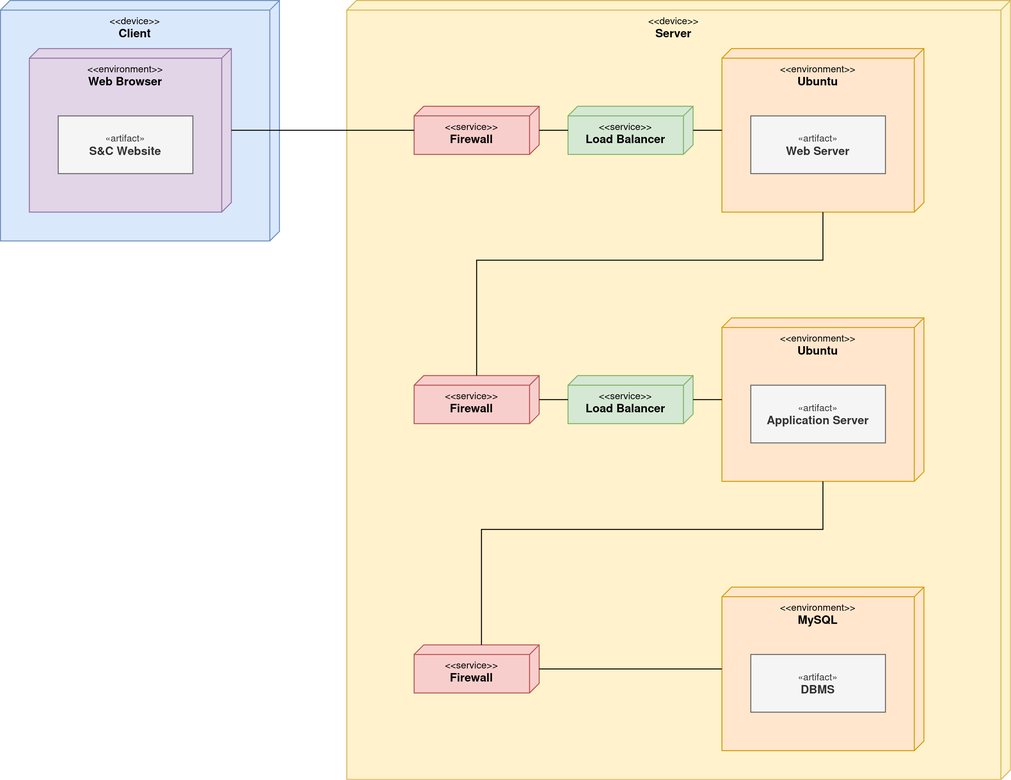
The draw.io diagram assets/deployment-diagrams/deployment-diagram.png in Fostidich/Students-And-Companies, before a commit. Source tidied: cells renumbered, new cells last; positions are measured from the earlier drawing's top-left corner, leaving out a move shared by most shapes.
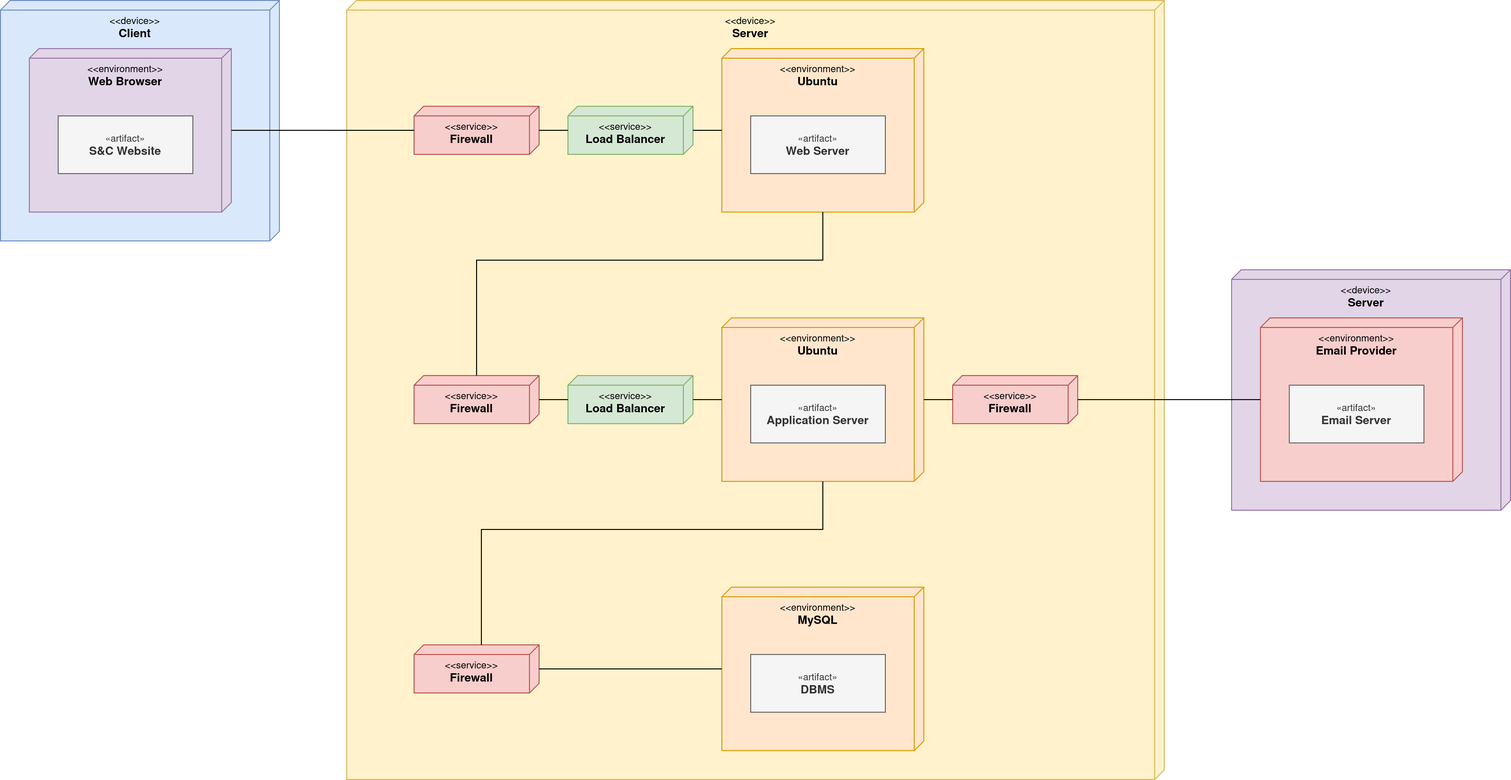
After the commit.

Commit message:
deployment and components diagrams tweaks

Change to the diagram source:
```diff
@@ -6,7 +6,7 @@
       <mxGeometry width="290" height="250" as="geometry" />
     </mxCell>
     <mxCell id="3" value="&lt;div align=&quot;center&quot;&gt;&amp;lt;&amp;lt;device&amp;gt;&amp;gt;&lt;/div&gt;&lt;div&gt;&lt;b&gt;&lt;font style=&quot;font-size: 12px;&quot;&gt;Server&lt;/font&gt;&lt;/b&gt;&lt;br&gt;&lt;/div&gt;" style="verticalAlign=top;align=center;spacingTop=8;spacingLeft=2;spacingRight=12;shape=cube;size=10;direction=south;fontStyle=0;html=1;whiteSpace=wrap;fontSize=10;fillColor=#fff2cc;strokeColor=#d6b656;" parent="1" vertex="1">
-      <mxGeometry x="360" width="690" height="810" as="geometry" />
+      <mxGeometry x="360" width="850" height="810" as="geometry" />
     </mxCell>
     <mxCell id="4" value="&lt;div align=&quot;center&quot;&gt;&amp;lt;&amp;lt;environment&amp;gt;&amp;gt;&lt;/div&gt;&lt;div&gt;&lt;b&gt;&lt;font style=&quot;font-size: 12px;&quot;&gt;Web Browser&lt;/font&gt;&lt;/b&gt;&lt;br&gt;&lt;/div&gt;" style="verticalAlign=top;align=center;spacingTop=8;spacingLeft=2;spacingRight=12;shape=cube;size=10;direction=south;fontStyle=0;html=1;whiteSpace=wrap;fontSize=10;fillColor=#e1d5e7;strokeColor=#9673a6;" parent="1" vertex="1">
       <mxGeometry x="30" y="50" width="210" height="170" as="geometry" />
@@ -81,5 +81,23 @@
     <mxCell id="24" style="endArrow=none;html=1;rounded=0;" parent="1" edge="1" source="12" target="10">
       <mxGeometry relative="1" as="geometry" />
     </mxCell>
+    <mxCell id="25" value="&lt;div align=&quot;center&quot;&gt;&amp;lt;&amp;lt;device&amp;gt;&amp;gt;&lt;/div&gt;&lt;div&gt;&lt;b&gt;&lt;font style=&quot;font-size: 12px;&quot;&gt;Server&lt;/font&gt;&lt;/b&gt;&lt;br&gt;&lt;/div&gt;" style="verticalAlign=top;align=center;spacingTop=8;spacingLeft=2;spacingRight=12;shape=cube;size=10;direction=south;fontStyle=0;html=1;whiteSpace=wrap;fontSize=10;fillColor=#e1d5e7;strokeColor=#9673a6;" parent="1" vertex="1">
+      <mxGeometry x="1280" y="280" width="290" height="250" as="geometry" />
+    </mxCell>
+    <mxCell id="26" value="&lt;div align=&quot;center&quot;&gt;&amp;lt;&amp;lt;environment&amp;gt;&amp;gt;&lt;/div&gt;&lt;div&gt;&lt;b&gt;&lt;font style=&quot;font-size: 12px;&quot;&gt;Email Provider&lt;/font&gt;&lt;/b&gt;&lt;br&gt;&lt;/div&gt;" style="verticalAlign=top;align=center;spacingTop=8;spacingLeft=2;spacingRight=12;shape=cube;size=10;direction=south;fontStyle=0;html=1;whiteSpace=wrap;fontSize=10;fillColor=#f8cecc;strokeColor=#b85450;" parent="1" vertex="1">
+      <mxGeometry x="1310" y="330" width="210" height="170" as="geometry" />
+    </mxCell>
+    <mxCell id="27" value="«artifact»&lt;br&gt;&lt;b&gt;&lt;font style=&quot;font-size: 12px;&quot;&gt;Email Server&lt;br&gt;&lt;/font&gt;&lt;/b&gt;" style="html=1;whiteSpace=wrap;fontSize=10;fillColor=#f5f5f5;fontColor=#333333;strokeColor=#666666;" parent="1" vertex="1">
+      <mxGeometry x="1340" y="400" width="140" height="60" as="geometry" />
+    </mxCell>
+    <mxCell id="28" value="&lt;div&gt;&amp;lt;&amp;lt;service&amp;gt;&amp;gt;&lt;/div&gt;&lt;div&gt;&lt;b&gt;&lt;font style=&quot;font-size: 12px;&quot;&gt;Firewall&lt;br&gt;&lt;/font&gt;&lt;/b&gt;&lt;/div&gt;" style="verticalAlign=top;align=center;spacingTop=8;spacingLeft=2;spacingRight=12;shape=cube;size=10;direction=south;fontStyle=0;html=1;whiteSpace=wrap;fontSize=10;fillColor=#f8cecc;strokeColor=#b85450;" parent="1" vertex="1">
+      <mxGeometry x="990" y="390" width="130" height="50" as="geometry" />
+    </mxCell>
+    <mxCell id="29" style="endArrow=none;html=1;rounded=0;" parent="1" edge="1" source="6" target="28">
+      <mxGeometry relative="1" as="geometry" />
+    </mxCell>
+    <mxCell id="30" style="endArrow=none;html=1;rounded=0;" parent="1" edge="1" source="26" target="28">
+      <mxGeometry relative="1" as="geometry" />
+    </mxCell>
   </root>
 </mxGraphModel>
```
